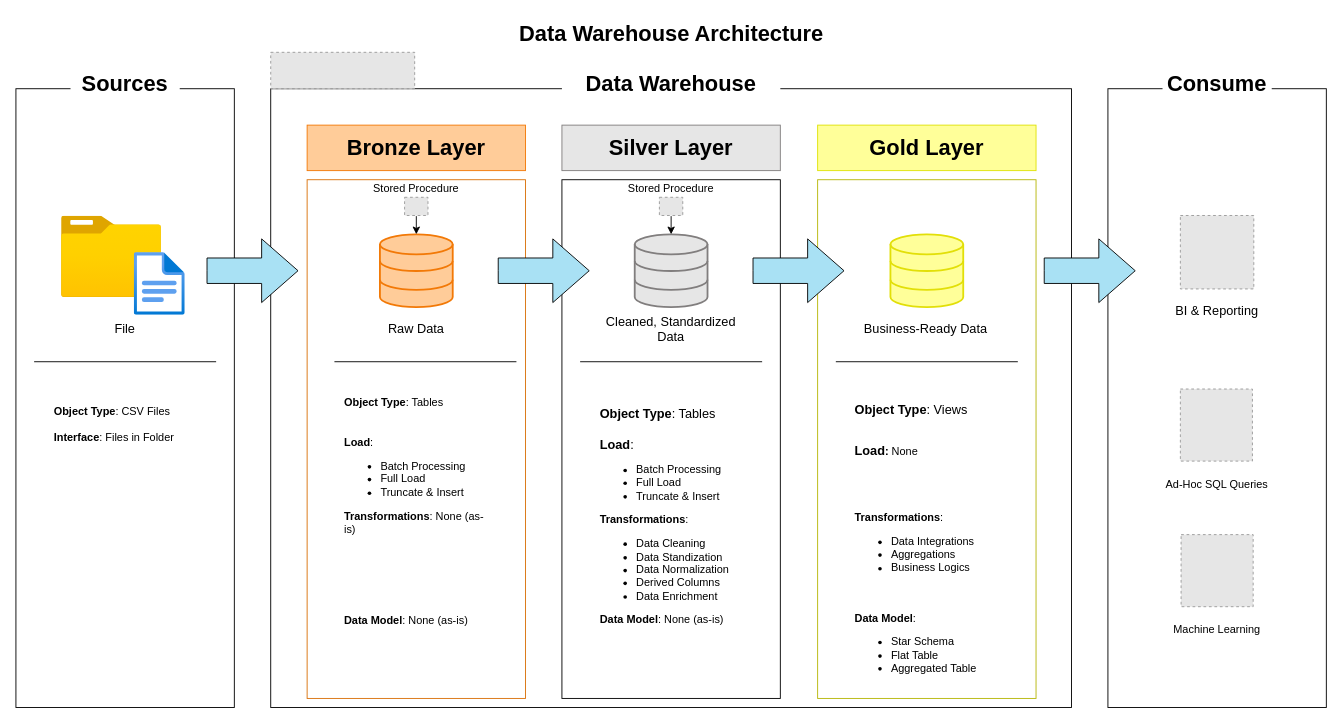
Above: Data Engineer Projects/Sales Data Warehouse/docs/docs/Data Warehouse Architecture/Data Warehouse Architecture.drawio in marthag0311/Projects (draw.io), before the change. Source tidied: cells renumbered, new cells numbered last; positions are measured from the earlier drawing's top-left corner, leaving out a move shared by most shapes. Both pictures are drawn from the tidied source at 91%, with x=0, y=0 at pixel (15, 15). Pictures stored in the file or linked from it are replaced by grey dashed boxes.
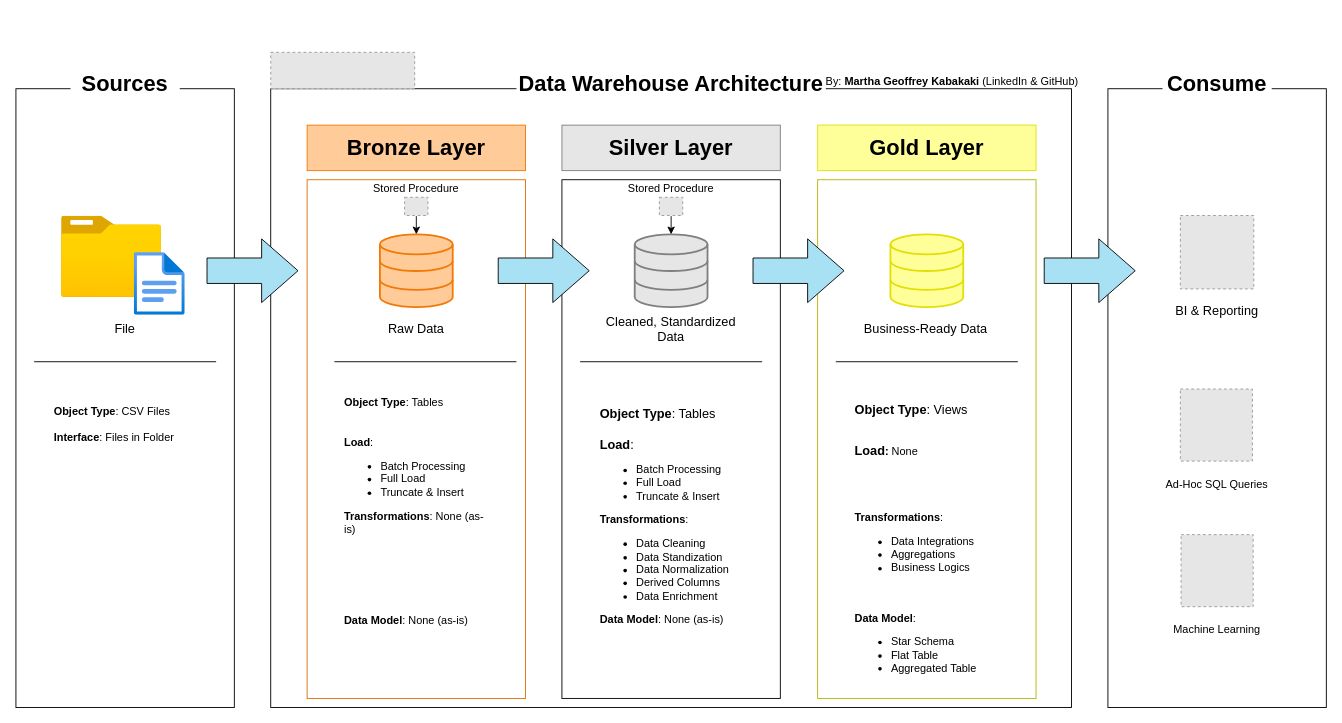
The same diagram, later.

What changed in the source:
```diff
@@
-    <mxCell id="7" value="&lt;span style=&quot;font-size: 24px;&quot;&gt;&lt;b&gt;Data Warehouse&lt;/b&gt;&lt;/span&gt;" style="rounded=0;whiteSpace=wrap;html=1;strokeColor=none;" parent="1" vertex="1">
-      <mxGeometry x="600" y="50" width="240" height="50" as="geometry" />
+    <mxCell id="7" value="&lt;span style=&quot;font-size: 24px;&quot;&gt;&lt;b&gt;Data Warehouse Architecture&lt;/b&gt;&lt;/span&gt;" style="rounded=0;whiteSpace=wrap;html=1;strokeColor=none;" parent="1" vertex="1">
+      <mxGeometry x="550" y="50" width="340" height="50" as="geometry" />
     </mxCell>
@@
-    <mxCell id="41" value="&lt;font style=&quot;font-size: 24px;&quot;&gt;&lt;b style=&quot;&quot;&gt;Data Warehouse Architecture&lt;/b&gt;&lt;/font&gt;" style="text;html=1;align=center;verticalAlign=middle;whiteSpace=wrap;rounded=0;" parent="1" vertex="1">
-      <mxGeometry x="547.5" width="345" height="40" as="geometry" />
-    </mxCell>
@@
+    <mxCell id="49" value="By: &lt;b&gt;Martha Geoffrey Kabakaki &lt;/b&gt;(LinkedIn &amp;amp; GitHub)" style="text;html=1;align=center;verticalAlign=middle;whiteSpace=wrap;rounded=0;" parent="1" vertex="1">
+      <mxGeometry x="884" y="57" width="290" height="30" as="geometry" />
+    </mxCell>
```
